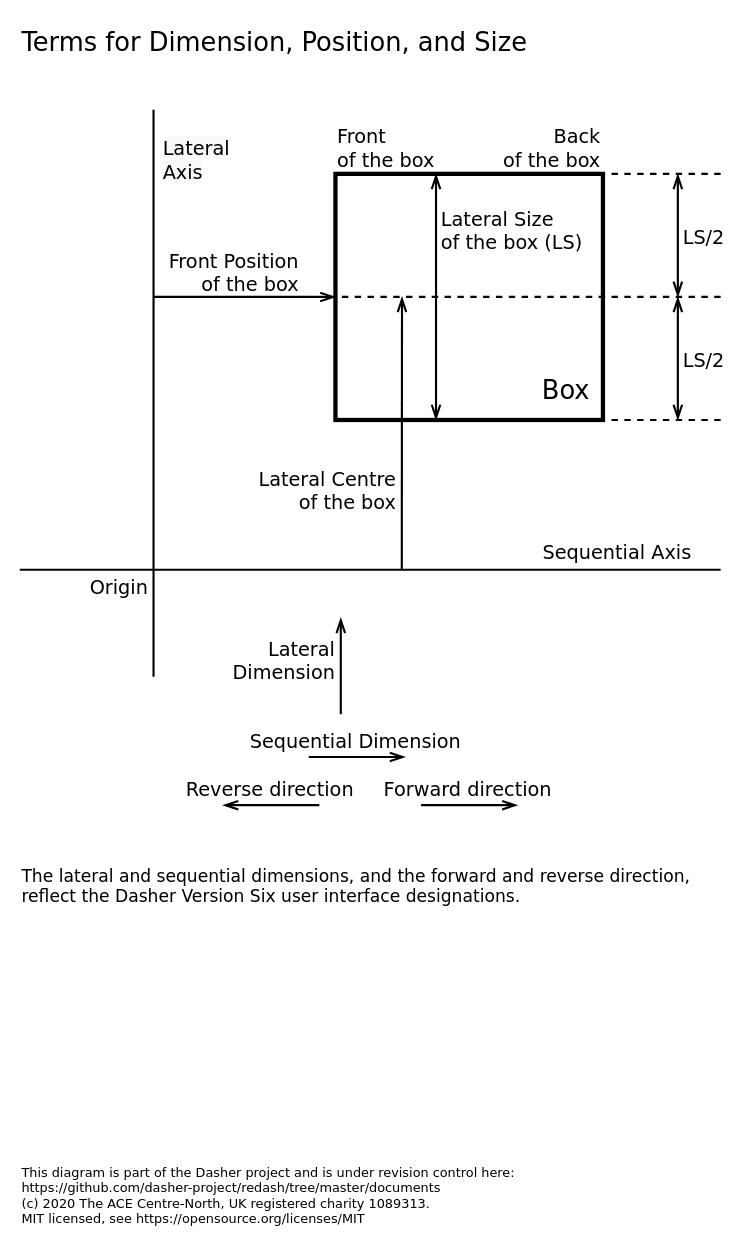
dasher-project/dasher-web keeps this draw.io diagram as documents/DimensionTerminology.drawio. Above is the earlier version. Source tidied: cells renumbered, new cells numbered last; positions are measured from the earlier drawing's top-left corner, leaving out a move shared by most shapes. Both pictures are drawn from the tidied source at 107%, with x=0, y=0 at pixel (19, 18).
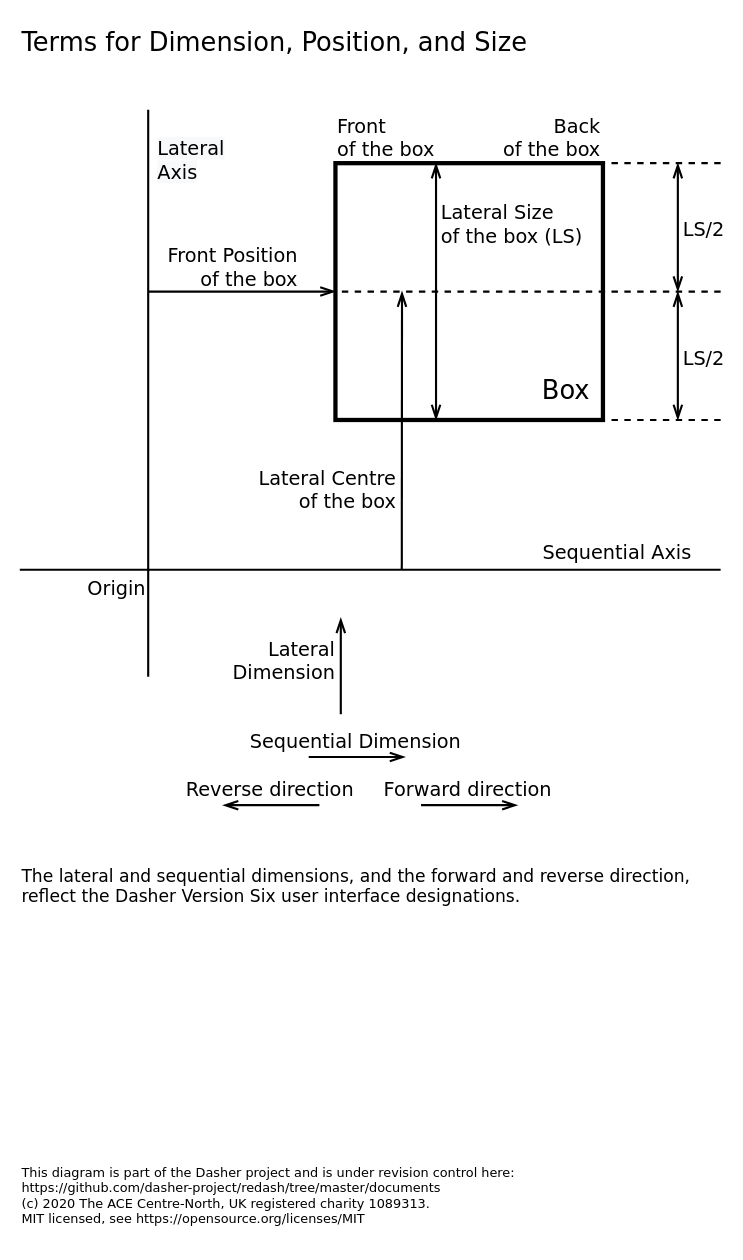
The same page after the edit.

Commit message (it also covers changes not shown here):
Increase box size to a rounder number

The edit, as a diff of the source:
```diff
@@
     <mxCell id="2" value="Box" style="rounded=0;shadow=0;comic=0;labelBackgroundColor=none;strokeColor=#000000;strokeWidth=4;fillColor=none;fontFamily=DejaVu Sans;fontSize=24;fontColor=#000000;align=right;arcSize=20;spacingTop=10;spacingLeft=10;spacing=2;spacingBottom=10;spacingRight=10;points=[[0.2, 0], [0.4, 0], [0.6, 0], [0.8, 0], [0.5,1]];whiteSpace=wrap;verticalAlign=bottom;" parent="1" vertex="1">
-      <mxGeometry x="295" y="145" width="250" height="230" as="geometry" />
+      <mxGeometry x="295" y="135" width="250" height="240" as="geometry" />
     </mxCell>
     <mxCell id="3" value="&lt;span style=&quot;color: rgb(0 , 0 , 0) ; font-family: &amp;quot;dejavu sans&amp;quot; ; font-size: 18px ; font-style: normal ; font-weight: 400 ; letter-spacing: normal ; text-indent: 0px ; text-transform: none ; word-spacing: 0px ; background-color: rgb(248 , 249 , 250) ; display: inline ; float: none&quot;&gt;Lateral&lt;br&gt;Axis&lt;/span&gt;" style="endArrow=none;html=1;fontSize=18;strokeWidth=2;endFill=0;endSize=10;labelBackgroundColor=none;spacingTop=0;align=left;rounded=0;elbow=vertical;fontFamily=DejaVu Sans;startArrow=none;startFill=0;strokeColor=#000000;spacing=9;verticalAlign=top;" parent="1" edge="1">
       <mxGeometry x="-0.96" relative="1" as="geometry">
-        <mxPoint x="125" y="85" as="sourcePoint" />
-        <mxPoint x="125" y="615" as="targetPoint" />
+        <mxPoint x="120" y="85" as="sourcePoint" />
+        <mxPoint x="120" y="615" as="targetPoint" />
         <mxPoint y="1" as="offset" />
       </mxGeometry>
     </mxCell>
@@
-    <mxCell id="5" value="Origin" style="rounded=0;shadow=0;comic=0;labelBackgroundColor=none;strokeWidth=2;fillColor=none;fontFamily=DejaVu Sans;fontSize=18;fontColor=#000000;align=center;arcSize=20;spacingTop=0;spacingLeft=0;spacing=2;spacingBottom=0;spacingRight=0;strokeColor=none;" parent="1" vertex="1">
-      <mxGeometry x="58" y="515" width="70" height="30" as="geometry" />
+    <mxCell id="5" value="Origin" style="rounded=0;shadow=0;comic=0;labelBackgroundColor=none;strokeWidth=2;fillColor=none;fontFamily=DejaVu Sans;fontSize=18;fontColor=#000000;align=right;arcSize=20;spacingTop=0;spacingLeft=0;spacing=2;spacingBottom=0;spacingRight=0;strokeColor=none;verticalAlign=top;" parent="1" vertex="1">
+      <mxGeometry x="20" y="515" width="100" height="30" as="geometry" />
     </mxCell>
     <mxCell id="6" style="endArrow=none;html=1;fontSize=18;strokeWidth=2;endFill=0;endSize=10;labelBackgroundColor=none;spacingTop=-55;align=left;rounded=0;elbow=vertical;fontFamily=DejaVu Sans;startArrow=none;startFill=0;dashed=1;" parent="1" edge="1">
       <mxGeometry relative="1" as="geometry">
-        <mxPoint x="655" y="145" as="sourcePoint" />
-        <mxPoint x="545" y="145" as="targetPoint" />
+        <mxPoint x="655" y="135" as="sourcePoint" />
+        <mxPoint x="545" y="135" as="targetPoint" />
       </mxGeometry>
     </mxCell>
     <mxCell id="7" style="endArrow=none;html=1;fontSize=18;strokeWidth=2;endFill=0;endSize=10;labelBackgroundColor=none;spacingTop=-55;align=left;rounded=0;elbow=vertical;fontFamily=DejaVu Sans;startArrow=none;startFill=0;dashed=1;" parent="1" edge="1">
       <mxGeometry relative="1" as="geometry">
-        <mxPoint x="655" y="260" as="sourcePoint" />
-        <mxPoint x="295" y="260" as="targetPoint" />
+        <mxPoint x="655" y="255" as="sourcePoint" />
+        <mxPoint x="295" y="255" as="targetPoint" />
       </mxGeometry>
     </mxCell>
@@
     <mxCell id="9" value="Lateral Size&#10;of the box (LS)" style="endArrow=openThin;fontSize=18;strokeWidth=2;endFill=0;endSize=10;labelBackgroundColor=none;spacingTop=0;align=left;rounded=0;elbow=vertical;fontFamily=DejaVu Sans;startArrow=openThin;startFill=0;startSize=10;verticalAlign=bottom;spacing=5;" parent="1" edge="1">
       <mxGeometry x="0.3" relative="1" as="geometry">
         <mxPoint x="389" y="375" as="sourcePoint" />
-        <mxPoint x="389" y="145" as="targetPoint" />
+        <mxPoint x="389" y="135" as="targetPoint" />
         <mxPoint y="-1" as="offset" />
       </mxGeometry>
     </mxCell>
@@
     <mxCell id="13" value="Lateral Centre&#10;of the box" style="endArrow=openThin;fontSize=18;strokeWidth=2;endFill=0;endSize=10;labelBackgroundColor=none;spacingTop=0;align=right;rounded=0;elbow=vertical;fontFamily=DejaVu Sans;startArrow=none;startFill=0;startSize=10;verticalAlign=bottom;entryX=0.353;entryY=0.5;entryDx=0;entryDy=0;entryPerimeter=0;spacing=5;" parent="1" edge="1">
       <mxGeometry x="-0.63" relative="1" as="geometry">
         <mxPoint x="357" y="515" as="sourcePoint" />
-        <mxPoint x="357.2" y="260" as="targetPoint" />
+        <mxPoint x="357.2" y="255" as="targetPoint" />
         <mxPoint y="-1" as="offset" />
       </mxGeometry>
     </mxCell>
     <mxCell id="14" value="Front Position&#10;of the box" style="endArrow=openThin;fontSize=18;strokeWidth=2;endFill=0;endSize=10;labelBackgroundColor=none;spacingTop=0;align=right;rounded=0;elbow=vertical;fontFamily=DejaVu Sans;startArrow=none;startFill=0;startSize=10;verticalAlign=bottom;" parent="1" edge="1" target="2">
       <mxGeometry x="0.63" relative="1" as="geometry">
-        <mxPoint x="125" y="260" as="sourcePoint" />
+        <mxPoint x="120" y="255" as="sourcePoint" />
         <mxPoint x="-1" as="offset" />
       </mxGeometry>
     </mxCell>
@@
     <mxCell id="16" value="LS/2" style="endArrow=openThin;fontSize=18;strokeWidth=2;endFill=0;endSize=10;labelBackgroundColor=none;spacingTop=0;align=left;rounded=0;elbow=vertical;fontFamily=DejaVu Sans;startArrow=openThin;startFill=0;startSize=10;verticalAlign=bottom;spacing=5;" parent="1" edge="1">
       <mxGeometry x="0.3" relative="1" as="geometry">
-        <mxPoint x="615" y="145" as="sourcePoint" />
-        <mxPoint x="615" y="260" as="targetPoint" />
+        <mxPoint x="615" y="135" as="sourcePoint" />
+        <mxPoint x="615" y="255" as="targetPoint" />
         <mxPoint y="-1" as="offset" />
       </mxGeometry>
     </mxCell>
     <mxCell id="17" value="LS/2" style="endArrow=openThin;fontSize=18;strokeWidth=2;endFill=0;endSize=10;labelBackgroundColor=none;spacingTop=0;align=left;rounded=0;elbow=vertical;fontFamily=DejaVu Sans;startArrow=openThin;startFill=0;startSize=10;verticalAlign=bottom;spacing=5;" parent="1" edge="1">
       <mxGeometry x="0.3" relative="1" as="geometry">
-        <mxPoint x="615" y="260" as="sourcePoint" />
+        <mxPoint x="615" y="255" as="sourcePoint" />
         <mxPoint x="615" y="375" as="targetPoint" />
         <mxPoint y="-1" as="offset" />
       </mxGeometry>
     </mxCell>
     <mxCell id="18" value="Front&#10;of the box" style="rounded=0;shadow=0;comic=0;labelBackgroundColor=none;strokeWidth=2;fillColor=none;fontFamily=DejaVu Sans;fontSize=18;fontColor=#000000;align=left;arcSize=20;spacingTop=0;spacingLeft=0;spacing=2;spacingBottom=0;spacingRight=0;strokeColor=none;" parent="1" vertex="1">
-      <mxGeometry x="295" y="105" width="70" height="30" as="geometry" />
+      <mxGeometry x="295" y="95" width="70" height="30" as="geometry" />
     </mxCell>
     <mxCell id="19" value="Back&#10;of the box" style="rounded=0;shadow=0;comic=0;labelBackgroundColor=none;strokeWidth=2;fillColor=none;fontFamily=DejaVu Sans;fontSize=18;fontColor=#000000;align=right;arcSize=20;spacingTop=0;spacingLeft=0;spacing=2;spacingBottom=0;spacingRight=0;strokeColor=none;" parent="1" vertex="1">
-      <mxGeometry x="475" y="105" width="70" height="30" as="geometry" />
+      <mxGeometry x="475" y="95" width="70" height="30" as="geometry" />
     </mxCell>
```
